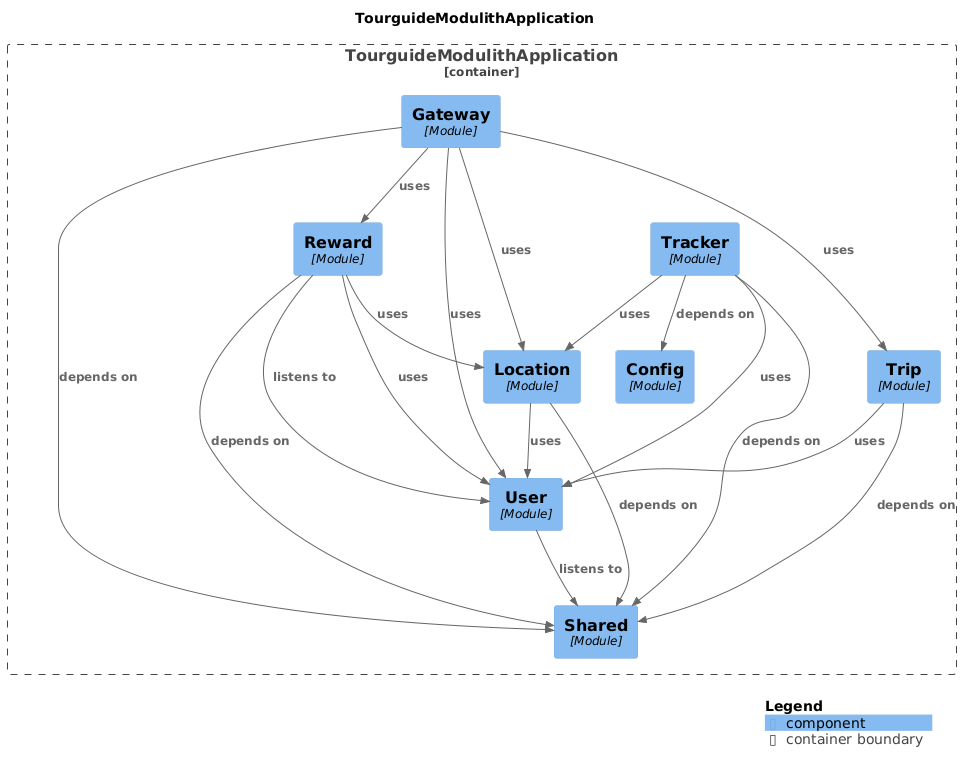
Above: architecture-diagram.png in MR-BOUBAKOUR/p8-DistributedSystems-spring-modulith (PlantUML), before the change.
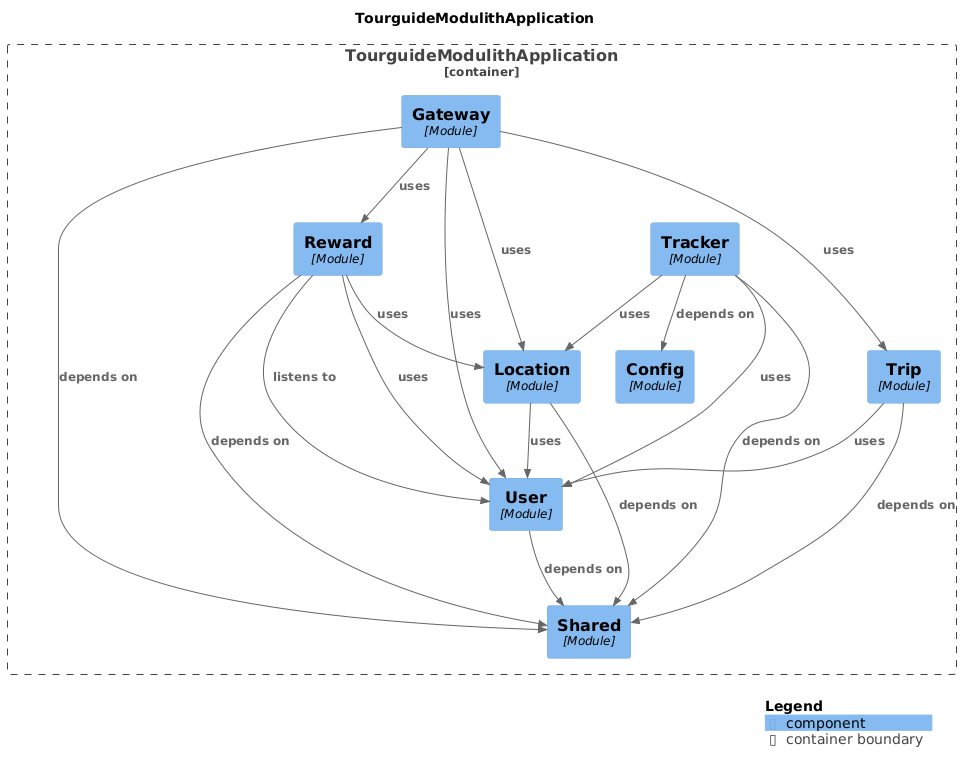
The same diagram one commit later.

Diff of the diagram source:
```diff
@@ -19,24 +19,24 @@
   Component(TourguideModulithApplication.TourguideModulithApplication.Tracker, "Tracker", $techn="Module", $descr="", $tags="", $link="")
 }
 
-Rel(TourguideModulithApplication.TourguideModulithApplication.User, TourguideModulithApplication.TourguideModulithApplication.Shared, "listens to", $techn="", $tags="", $link="")
-Rel(TourguideModulithApplication.TourguideModulithApplication.Reward, TourguideModulithApplication.TourguideModulithApplication.User, "listens to", $techn="", $tags="", $link="")
-Rel(TourguideModulithApplication.TourguideModulithApplication.Reward, TourguideModulithApplication.TourguideModulithApplication.Shared, "depends on", $techn="", $tags="", $link="")
-Rel(TourguideModulithApplication.TourguideModulithApplication.Reward, TourguideModulithApplication.TourguideModulithApplication.Location, "uses", $techn="", $tags="", $link="")
-Rel(TourguideModulithApplication.TourguideModulithApplication.Reward, TourguideModulithApplication.TourguideModulithApplication.User, "uses", $techn="", $tags="", $link="")
+Rel(TourguideModulithApplication.TourguideModulithApplication.Location, TourguideModulithApplication.TourguideModulithApplication.Shared, "depends on", $techn="", $tags="", $link="")
+Rel(TourguideModulithApplication.TourguideModulithApplication.Location, TourguideModulithApplication.TourguideModulithApplication.User, "uses", $techn="", $tags="", $link="")
 Rel(TourguideModulithApplication.TourguideModulithApplication.Gateway, TourguideModulithApplication.TourguideModulithApplication.Shared, "depends on", $techn="", $tags="", $link="")
 Rel(TourguideModulithApplication.TourguideModulithApplication.Gateway, TourguideModulithApplication.TourguideModulithApplication.User, "uses", $techn="", $tags="", $link="")
 Rel(TourguideModulithApplication.TourguideModulithApplication.Gateway, TourguideModulithApplication.TourguideModulithApplication.Location, "uses", $techn="", $tags="", $link="")
 Rel(TourguideModulithApplication.TourguideModulithApplication.Gateway, TourguideModulithApplication.TourguideModulithApplication.Trip, "uses", $techn="", $tags="", $link="")
 Rel(TourguideModulithApplication.TourguideModulithApplication.Gateway, TourguideModulithApplication.TourguideModulithApplication.Reward, "uses", $techn="", $tags="", $link="")
-Rel(TourguideModulithApplication.TourguideModulithApplication.Trip, TourguideModulithApplication.TourguideModulithApplication.Shared, "depends on", $techn="", $tags="", $link="")
-Rel(TourguideModulithApplication.TourguideModulithApplication.Trip, TourguideModulithApplication.TourguideModulithApplication.User, "uses", $techn="", $tags="", $link="")
+Rel(TourguideModulithApplication.TourguideModulithApplication.Reward, TourguideModulithApplication.TourguideModulithApplication.User, "listens to", $techn="", $tags="", $link="")
+Rel(TourguideModulithApplication.TourguideModulithApplication.Reward, TourguideModulithApplication.TourguideModulithApplication.Shared, "depends on", $techn="", $tags="", $link="")
+Rel(TourguideModulithApplication.TourguideModulithApplication.Reward, TourguideModulithApplication.TourguideModulithApplication.Location, "uses", $techn="", $tags="", $link="")
+Rel(TourguideModulithApplication.TourguideModulithApplication.Reward, TourguideModulithApplication.TourguideModulithApplication.User, "uses", $techn="", $tags="", $link="")
+Rel(TourguideModulithApplication.TourguideModulithApplication.User, TourguideModulithApplication.TourguideModulithApplication.Shared, "depends on", $techn="", $tags="", $link="")
 Rel(TourguideModulithApplication.TourguideModulithApplication.Tracker, TourguideModulithApplication.TourguideModulithApplication.Config, "depends on", $techn="", $tags="", $link="")
 Rel(TourguideModulithApplication.TourguideModulithApplication.Tracker, TourguideModulithApplication.TourguideModulithApplication.Shared, "depends on", $techn="", $tags="", $link="")
 Rel(TourguideModulithApplication.TourguideModulithApplication.Tracker, TourguideModulithApplication.TourguideModulithApplication.User, "uses", $techn="", $tags="", $link="")
 Rel(TourguideModulithApplication.TourguideModulithApplication.Tracker, TourguideModulithApplication.TourguideModulithApplication.Location, "uses", $techn="", $tags="", $link="")
-Rel(TourguideModulithApplication.TourguideModulithApplication.Location, TourguideModulithApplication.TourguideModulithApplication.Shared, "depends on", $techn="", $tags="", $link="")
-Rel(TourguideModulithApplication.TourguideModulithApplication.Location, TourguideModulithApplication.TourguideModulithApplication.User, "uses", $techn="", $tags="", $link="")
+Rel(TourguideModulithApplication.TourguideModulithApplication.Trip, TourguideModulithApplication.TourguideModulithApplication.Shared, "depends on", $techn="", $tags="", $link="")
+Rel(TourguideModulithApplication.TourguideModulithApplication.Trip, TourguideModulithApplication.TourguideModulithApplication.User, "uses", $techn="", $tags="", $link="")
 
 SHOW_LEGEND(true)
 @enduml
```
